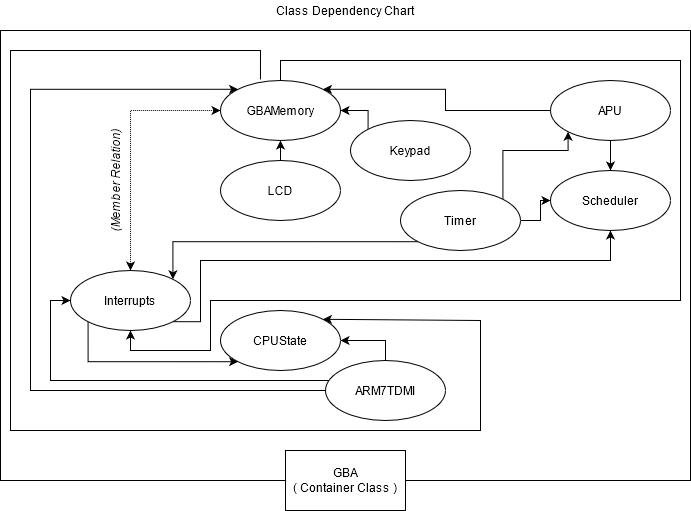
Above: Desu/non-code/class dependency chart/class dependencies.png in ankien/ZeroGBA (draw.io), before the change. Source tidied: cells renumbered, new cells last; positions are measured from the earlier drawing's top-left corner, leaving out a move shared by most shapes.
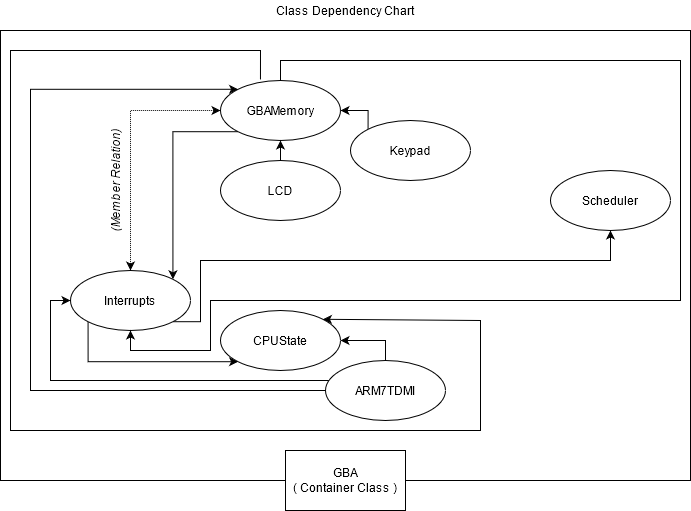
Above is the later version.

What changed in the source:
```diff
@@ -11,6 +11,9 @@
     <mxCell id="4" style="edgeStyle=orthogonalEdgeStyle;rounded=0;jettySize=auto;html=1;entryX=0.5;entryY=0;entryDx=0;entryDy=0;startArrow=classic;startFill=1;dashed=1;dashPattern=1 1;" parent="1" edge="1" source="5" target="8">
       <mxGeometry relative="1" as="geometry" />
     </mxCell>
+    <mxCell id="30" style="edgeStyle=orthogonalEdgeStyle;rounded=0;jettySize=auto;html=1;exitX=0;exitY=1;exitDx=0;exitDy=0;entryX=1;entryY=0;entryDx=0;entryDy=0;" parent="1" edge="1" source="5" target="8">
+      <mxGeometry relative="1" as="geometry" />
+    </mxCell>
     <mxCell id="5" value="GBAMemory" style="ellipse;whiteSpace=wrap;html=1;" parent="1" vertex="1">
       <mxGeometry x="220" y="80" width="120" height="60" as="geometry" />
     </mxCell>
@@ -76,36 +79,6 @@
     <mxCell id="16" value="LCD" style="ellipse;whiteSpace=wrap;html=1;" parent="1" vertex="1">
       <mxGeometry x="220" y="160" width="120" height="60" as="geometry" />
     </mxCell>
-    <mxCell id="17" style="edgeStyle=orthogonalEdgeStyle;rounded=0;jettySize=auto;html=1;" parent="1" edge="1" source="19" target="24">
-      <mxGeometry relative="1" as="geometry" />
-    </mxCell>
-    <mxCell id="18" style="edgeStyle=orthogonalEdgeStyle;rounded=0;jettySize=auto;html=1;entryX=1;entryY=0;entryDx=0;entryDy=0;" parent="1" edge="1" source="19" target="5">
-      <mxGeometry relative="1" as="geometry" />
-    </mxCell>
-    <mxCell id="19" value="APU" style="ellipse;whiteSpace=wrap;html=1;" parent="1" vertex="1">
-      <mxGeometry x="550" y="80" width="120" height="60" as="geometry" />
-    </mxCell>
-    <mxCell id="20" style="edgeStyle=orthogonalEdgeStyle;rounded=0;jettySize=auto;html=1;entryX=0;entryY=0.5;entryDx=0;entryDy=0;" parent="1" edge="1" source="23" target="24">
-      <mxGeometry relative="1" as="geometry" />
-    </mxCell>
-    <mxCell id="21" style="edgeStyle=orthogonalEdgeStyle;rounded=0;jettySize=auto;html=1;exitX=0;exitY=1;exitDx=0;exitDy=0;entryX=1;entryY=0;entryDx=0;entryDy=0;" parent="1" edge="1" source="23" target="8">
-      <mxGeometry relative="1" as="geometry">
-        <Array as="points">
-          <mxPoint x="172" y="241" />
-        </Array>
-      </mxGeometry>
-    </mxCell>
-    <mxCell id="22" style="edgeStyle=orthogonalEdgeStyle;jettySize=auto;html=1;exitX=1;exitY=0;exitDx=0;exitDy=0;entryX=0;entryY=1;entryDx=0;entryDy=0;startArrow=none;startFill=0;rounded=0;" parent="1" edge="1" source="23" target="19">
-      <mxGeometry relative="1" as="geometry">
-        <Array as="points">
-          <mxPoint x="502" y="150" />
-          <mxPoint x="568" y="150" />
-        </Array>
-      </mxGeometry>
-    </mxCell>
-    <mxCell id="23" value="Timer" style="ellipse;whiteSpace=wrap;html=1;" parent="1" vertex="1">
-      <mxGeometry x="400" y="190" width="120" height="60" as="geometry" />
-    </mxCell>
     <mxCell id="24" value="Scheduler" style="ellipse;whiteSpace=wrap;html=1;" parent="1" vertex="1">
       <mxGeometry x="550" y="170" width="120" height="60" as="geometry" />
     </mxCell>
```
